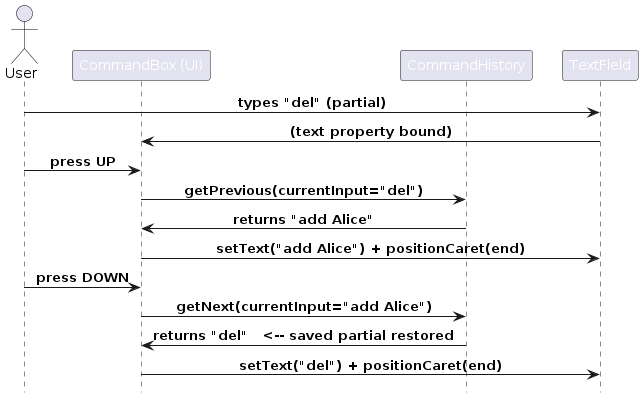
Above: diagrams/CommandHistorySequenceDiagram_Navigation.png in x3zapper/tp (PlantUML), before the change. Its source is kept beside it as diagrams/CommandHistorySequenceDiagram_Navigation.puml.
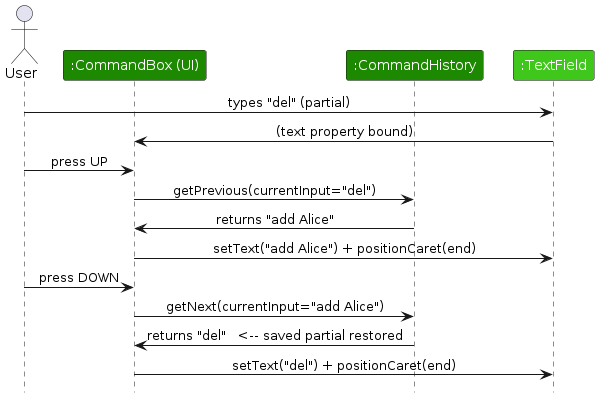
Later version of the same file.

What changed in the source:
```diff
@@ -1,10 +1,12 @@
 @startuml
 !include style.puml
 
+skinparam ArrowFontStyle plain
+
 actor User
-participant "CommandBox (UI)" as CB
-participant "CommandHistory" as CH
-participant "TextField" as TF
+participant ":CommandBox (UI)" as CB UI_COLOR
+participant ":CommandHistory" as CH UI_COLOR
+participant ":TextField" as TF UI_COLOR_T2
 
 User -> TF : types "del" (partial)
 TF -> CB : (text property bound)
```
